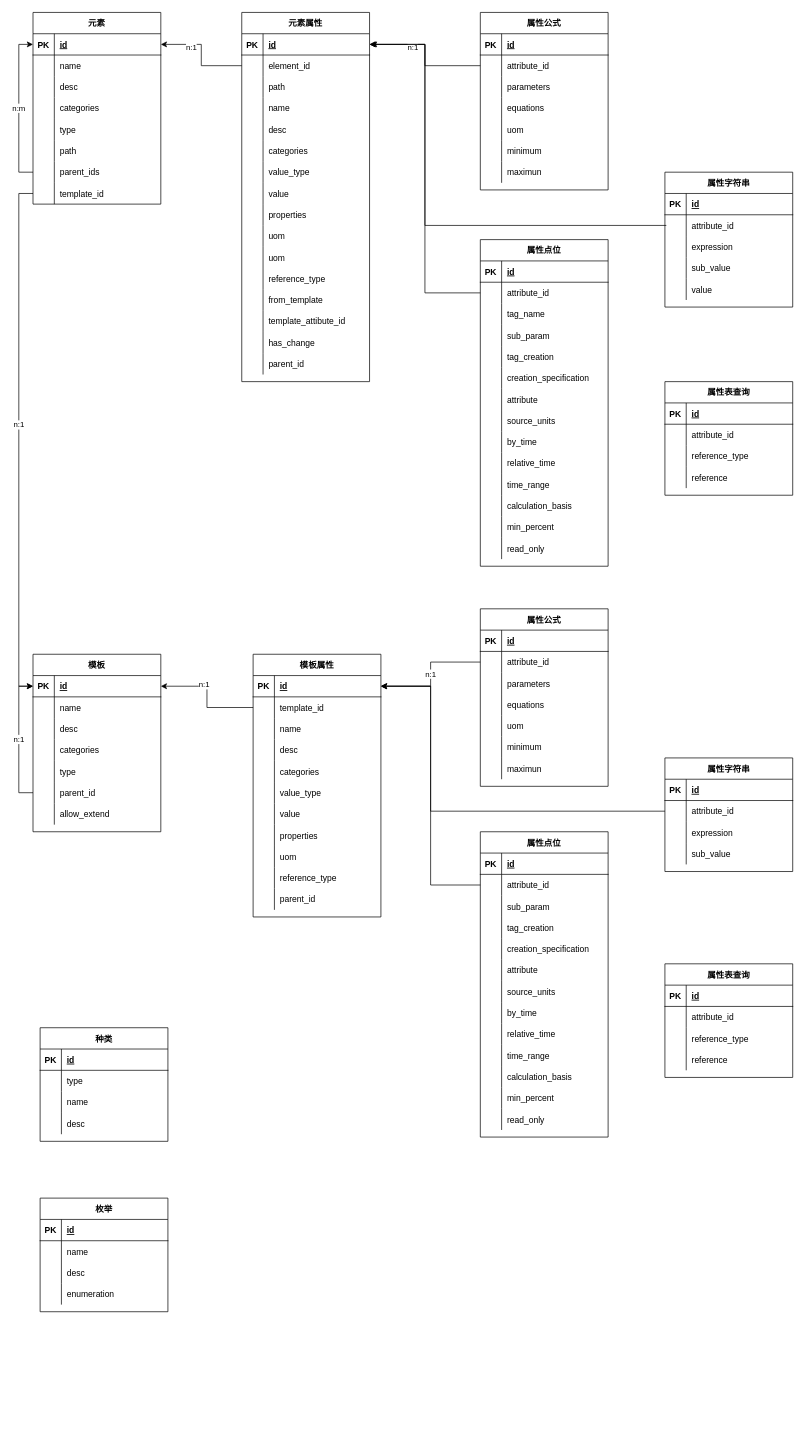
The draw.io diagram 资产框架.drawio in huhailong147/Test, before the edit. Source tidied: cells renumbered, new cells numbered last; positions are measured from the earlier drawing's top-left corner, leaving out a move shared by most shapes. Both pictures are drawn from the tidied source at 71%, with x=0, y=0 at pixel (33, 12).
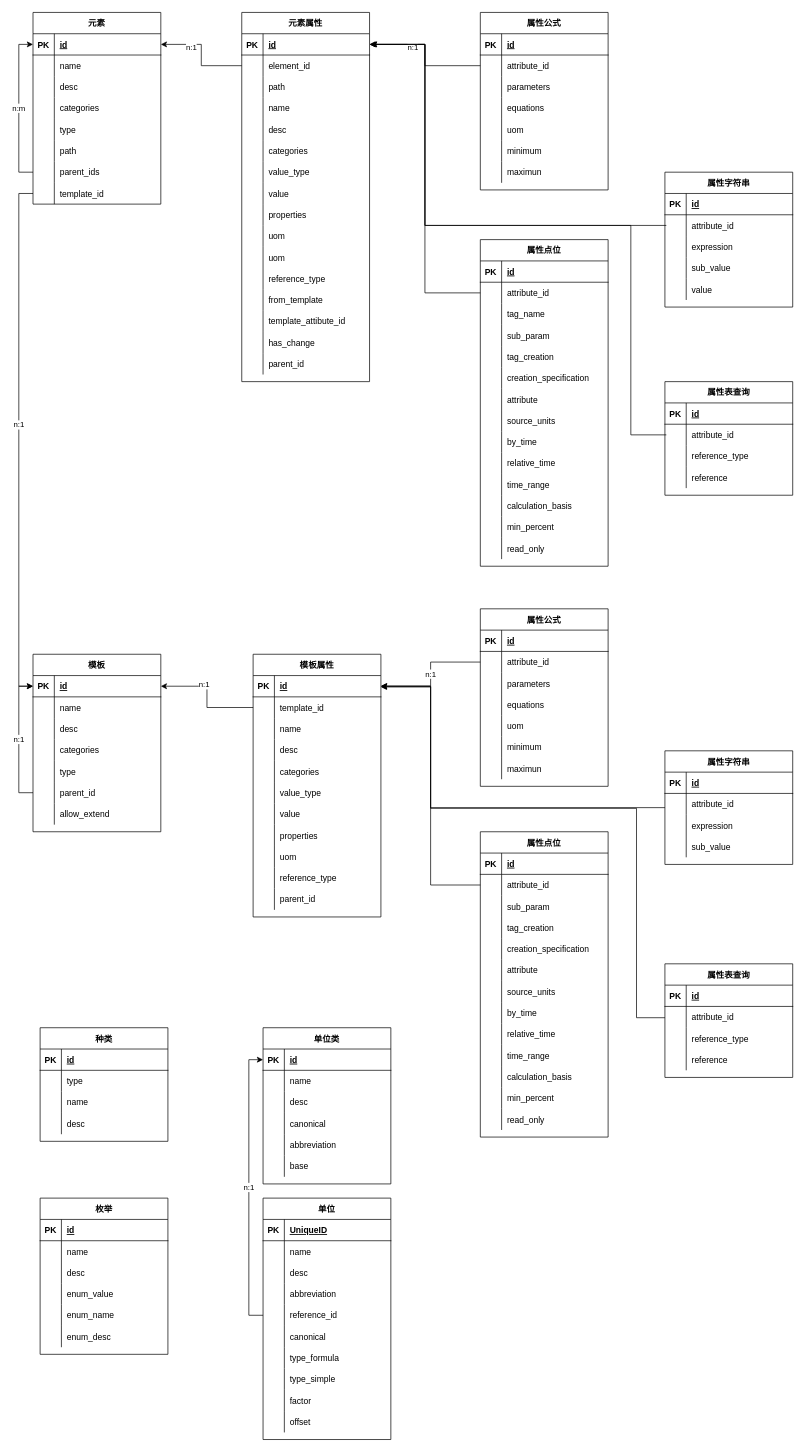
The same diagram, later.

Unchanged cells that the change refers to:
```xml
<mxCell id="194" style="shape=partialRectangle;fillColor=none;top=0;left=0;bottom=1;right=0;points=[[0,0.5],[1,0.5]];portConstraint=eastwest;" parent="193" vertex="1">
  <mxGeometry y="30" width="180" height="30" as="geometry" />
</mxCell>
<mxCell id="352" style="shape=partialRectangle;fillColor=none;top=0;left=0;bottom=0;right=0;" parent="342" vertex="1">
  <mxGeometry y="120" width="180" height="30" as="geometry" />
</mxCell>
```

What changed in the source:
```diff
@@
     <mxCell id="168" style="edgeStyle=orthogonalEdgeStyle;rounded=0;jettySize=auto;html=1;entryX=1;entryY=0.5;entryDx=0;entryDy=0;" parent="1" edge="1" source="231" target="194">
       <mxGeometry relative="1" as="geometry">
         <Array as="points">
-          <mxPoint x="560" y="1125" />
+          <mxPoint x="560" y="1120" />
           <mxPoint x="560" y="949" />
         </Array>
       </mxGeometry>
     </mxCell>
@@
-    <mxCell id="227" value="属性字符串" style="shape=table;startSize=30;childLayout=tableLayout;rowLines=0;fontStyle=1;align=center;" parent="1" vertex="1">
-      <mxGeometry x="890" y="1050" width="180" height="160" as="geometry" />
-    </mxCell>
-    <mxCell id="228" style="shape=partialRectangle;fillColor=none;top=0;left=0;bottom=1;right=0;" parent="227" vertex="1">
-      <mxGeometry y="30" width="180" height="30" as="geometry" />
-    </mxCell>
-    <mxCell id="229" value="PK" style="shape=partialRectangle;fillColor=none;top=0;left=0;bottom=0;right=0;fontStyle=1;overflow=hidden;" parent="228" vertex="1">
-      <mxGeometry width="30" height="30" as="geometry" />
-    </mxCell>
-    <mxCell id="230" value="id" style="shape=partialRectangle;fillColor=none;top=0;left=0;bottom=0;right=0;align=left;spacingLeft=6;fontStyle=5;overflow=hidden;" parent="228" vertex="1">
-      <mxGeometry x="30" width="150" height="30" as="geometry" />
-    </mxCell>
-    <mxCell id="231" style="shape=partialRectangle;fillColor=none;top=0;left=0;bottom=0;right=0;points=[[0,0.5],[1,0.5]];portConstraint=eastwest;" parent="227" vertex="1">
-      <mxGeometry y="60" width="180" height="30" as="geometry" />
-    </mxCell>
-    <mxCell id="232" style="shape=partialRectangle;fillColor=none;top=0;left=0;bottom=0;right=0;overflow=hidden;" parent="231" vertex="1">
-      <mxGeometry width="30" height="30" as="geometry" />
-    </mxCell>
-    <mxCell id="233" value="attribute_id" style="shape=partialRectangle;fillColor=none;top=0;left=0;bottom=0;right=0;align=left;spacingLeft=6;overflow=hidden;" parent="231" vertex="1">
-      <mxGeometry x="30" width="150" height="30" as="geometry" />
-    </mxCell>
-    <mxCell id="234" style="shape=partialRectangle;fillColor=none;top=0;left=0;bottom=0;right=0;" parent="227" vertex="1">
-      <mxGeometry y="90" width="180" height="30" as="geometry" />
-    </mxCell>
-    <mxCell id="235" style="shape=partialRectangle;fillColor=none;top=0;left=0;bottom=0;right=0;overflow=hidden;" parent="234" vertex="1">
-      <mxGeometry width="30" height="30" as="geometry" />
-    </mxCell>
-    <mxCell id="236" value="expression" style="shape=partialRectangle;fillColor=none;top=0;left=0;bottom=0;right=0;align=left;spacingLeft=6;overflow=hidden;" parent="234" vertex="1">
-      <mxGeometry x="30" width="150" height="30" as="geometry" />
-    </mxCell>
-    <mxCell id="237" style="shape=partialRectangle;fillColor=none;top=0;left=0;bottom=0;right=0;" parent="227" vertex="1">
-      <mxGeometry y="120" width="180" height="30" as="geometry" />
-    </mxCell>
-    <mxCell id="238" style="shape=partialRectangle;fillColor=none;top=0;left=0;bottom=0;right=0;overflow=hidden;" parent="237" vertex="1">
-      <mxGeometry width="30" height="30" as="geometry" />
-    </mxCell>
-    <mxCell id="239" value="sub_value" style="shape=partialRectangle;fillColor=none;top=0;left=0;bottom=0;right=0;align=left;spacingLeft=6;overflow=hidden;" parent="237" vertex="1">
-      <mxGeometry x="30" width="150" height="30" as="geometry" />
-    </mxCell>
@@
     <mxCell id="342" value="枚举" style="shape=table;startSize=30;childLayout=tableLayout;rowLines=0;fontStyle=1;align=center;" parent="1" vertex="1">
-      <mxGeometry x="10" y="1670" width="180" height="160" as="geometry" />
+      <mxGeometry x="10" y="1670" width="180" height="220" as="geometry" />
     </mxCell>
@@
-    <mxCell id="354" value="enumeration" style="shape=partialRectangle;fillColor=none;top=0;left=0;bottom=0;right=0;align=left;spacingLeft=6;overflow=hidden;" parent="352" vertex="1">
+    <mxCell id="354" value="enum_value" style="shape=partialRectangle;fillColor=none;top=0;left=0;bottom=0;right=0;align=left;spacingLeft=6;overflow=hidden;" parent="352" vertex="1">
       <mxGeometry x="30" width="150" height="30" as="geometry" />
     </mxCell>
+    <mxCell id="355" style="shape=partialRectangle;fillColor=none;top=0;left=0;bottom=0;right=0;" parent="342" vertex="1">
+      <mxGeometry y="150" width="180" height="30" as="geometry" />
+    </mxCell>
+    <mxCell id="356" style="shape=partialRectangle;fillColor=none;top=0;left=0;bottom=0;right=0;overflow=hidden;" parent="355" vertex="1">
+      <mxGeometry width="30" height="30" as="geometry" />
+    </mxCell>
+    <mxCell id="357" value="enum_name" style="shape=partialRectangle;fillColor=none;top=0;left=0;bottom=0;right=0;align=left;spacingLeft=6;overflow=hidden;" parent="355" vertex="1">
+      <mxGeometry x="30" width="150" height="30" as="geometry" />
+    </mxCell>
+    <mxCell id="358" style="shape=partialRectangle;fillColor=none;top=0;left=0;bottom=0;right=0;" parent="342" vertex="1">
+      <mxGeometry y="180" width="180" height="30" as="geometry" />
+    </mxCell>
+    <mxCell id="359" style="shape=partialRectangle;fillColor=none;top=0;left=0;bottom=0;right=0;overflow=hidden;" parent="358" vertex="1">
+      <mxGeometry width="30" height="30" as="geometry" />
+    </mxCell>
+    <mxCell id="360" value="enum_desc" style="shape=partialRectangle;fillColor=none;top=0;left=0;bottom=0;right=0;align=left;spacingLeft=6;overflow=hidden;" parent="358" vertex="1">
+      <mxGeometry x="30" width="150" height="30" as="geometry" />
+    </mxCell>
+    <mxCell id="361" value="单位类" style="shape=table;startSize=30;childLayout=tableLayout;rowLines=0;fontStyle=1;align=center;" parent="1" vertex="1">
+      <mxGeometry x="324" y="1430" width="180" height="220" as="geometry" />
+    </mxCell>
+    <mxCell id="362" style="shape=partialRectangle;fillColor=none;top=0;left=0;bottom=1;right=0;points=[[0,0.5],[1,0.5]];portConstraint=eastwest;" parent="361" vertex="1">
+      <mxGeometry y="30" width="180" height="30" as="geometry" />
+    </mxCell>
+    <mxCell id="363" value="PK" style="shape=partialRectangle;fillColor=none;top=0;left=0;bottom=0;right=0;fontStyle=1;overflow=hidden;" parent="362" vertex="1">
+      <mxGeometry width="30" height="30" as="geometry" />
+    </mxCell>
+    <mxCell id="364" value="id" style="shape=partialRectangle;fillColor=none;top=0;left=0;bottom=0;right=0;align=left;spacingLeft=6;fontStyle=5;overflow=hidden;" parent="362" vertex="1">
+      <mxGeometry x="30" width="150" height="30" as="geometry" />
+    </mxCell>
+    <mxCell id="365" style="shape=partialRectangle;fillColor=none;top=0;left=0;bottom=0;right=0;" parent="361" vertex="1">
+      <mxGeometry y="60" width="180" height="30" as="geometry" />
+    </mxCell>
+    <mxCell id="366" style="shape=partialRectangle;fillColor=none;top=0;left=0;bottom=0;right=0;overflow=hidden;" parent="365" vertex="1">
+      <mxGeometry width="30" height="30" as="geometry" />
+    </mxCell>
+    <mxCell id="367" value="name" style="shape=partialRectangle;fillColor=none;top=0;left=0;bottom=0;right=0;align=left;spacingLeft=6;overflow=hidden;" parent="365" vertex="1">
+      <mxGeometry x="30" width="150" height="30" as="geometry" />
+    </mxCell>
+    <mxCell id="368" style="shape=partialRectangle;fillColor=none;top=0;left=0;bottom=0;right=0;" parent="361" vertex="1">
+      <mxGeometry y="90" width="180" height="30" as="geometry" />
+    </mxCell>
+    <mxCell id="369" style="shape=partialRectangle;fillColor=none;top=0;left=0;bottom=0;right=0;overflow=hidden;" parent="368" vertex="1">
+      <mxGeometry width="30" height="30" as="geometry" />
+    </mxCell>
+    <mxCell id="370" value="desc" style="shape=partialRectangle;fillColor=none;top=0;left=0;bottom=0;right=0;align=left;spacingLeft=6;overflow=hidden;" parent="368" vertex="1">
+      <mxGeometry x="30" width="150" height="30" as="geometry" />
+    </mxCell>
+    <mxCell id="371" style="shape=partialRectangle;fillColor=none;top=0;left=0;bottom=0;right=0;" parent="361" vertex="1">
+      <mxGeometry y="120" width="180" height="30" as="geometry" />
+    </mxCell>
+    <mxCell id="372" style="shape=partialRectangle;fillColor=none;top=0;left=0;bottom=0;right=0;overflow=hidden;" parent="371" vertex="1">
+      <mxGeometry width="30" height="30" as="geometry" />
+    </mxCell>
+    <mxCell id="373" value="canonical" style="shape=partialRectangle;fillColor=none;top=0;left=0;bottom=0;right=0;align=left;spacingLeft=6;overflow=hidden;" parent="371" vertex="1">
+      <mxGeometry x="30" width="150" height="30" as="geometry" />
+    </mxCell>
+    <mxCell id="374" style="shape=partialRectangle;fillColor=none;top=0;left=0;bottom=0;right=0;" parent="361" vertex="1">
+      <mxGeometry y="150" width="180" height="30" as="geometry" />
+    </mxCell>
+    <mxCell id="375" style="shape=partialRectangle;fillColor=none;top=0;left=0;bottom=0;right=0;overflow=hidden;" parent="374" vertex="1">
+      <mxGeometry width="30" height="30" as="geometry" />
+    </mxCell>
+    <mxCell id="376" value="abbreviation" style="shape=partialRectangle;fillColor=none;top=0;left=0;bottom=0;right=0;align=left;spacingLeft=6;overflow=hidden;" parent="374" vertex="1">
+      <mxGeometry x="30" width="150" height="30" as="geometry" />
+    </mxCell>
+    <mxCell id="377" style="shape=partialRectangle;fillColor=none;top=0;left=0;bottom=0;right=0;" parent="361" vertex="1">
+      <mxGeometry y="180" width="180" height="30" as="geometry" />
+    </mxCell>
+    <mxCell id="378" style="shape=partialRectangle;fillColor=none;top=0;left=0;bottom=0;right=0;overflow=hidden;" parent="377" vertex="1">
+      <mxGeometry width="30" height="30" as="geometry" />
+    </mxCell>
+    <mxCell id="379" value="base" style="shape=partialRectangle;fillColor=none;top=0;left=0;bottom=0;right=0;align=left;spacingLeft=6;overflow=hidden;" parent="377" vertex="1">
+      <mxGeometry x="30" width="150" height="30" as="geometry" />
+    </mxCell>
+    <mxCell id="380" style="edgeStyle=orthogonalEdgeStyle;rounded=0;orthogonalLoop=1;jettySize=auto;html=1;" parent="1" edge="1">
+      <mxGeometry relative="1" as="geometry">
+        <mxPoint x="890" y="1415.9" as="sourcePoint" />
+        <mxPoint x="490" y="950.1" as="targetPoint" />
+        <Array as="points">
+          <mxPoint x="850" y="1416" />
+          <mxPoint x="850" y="1121" />
+          <mxPoint x="560" y="1121" />
+          <mxPoint x="560" y="950" />
+        </Array>
+      </mxGeometry>
+    </mxCell>
+    <mxCell id="227" value="属性字符串" style="shape=table;startSize=30;childLayout=tableLayout;rowLines=0;fontStyle=1;align=center;" parent="1" vertex="1">
+      <mxGeometry x="890" y="1040" width="180" height="160" as="geometry" />
+    </mxCell>
+    <mxCell id="228" style="shape=partialRectangle;fillColor=none;top=0;left=0;bottom=1;right=0;" parent="227" vertex="1">
+      <mxGeometry y="30" width="180" height="30" as="geometry" />
+    </mxCell>
+    <mxCell id="229" value="PK" style="shape=partialRectangle;fillColor=none;top=0;left=0;bottom=0;right=0;fontStyle=1;overflow=hidden;" parent="228" vertex="1">
+      <mxGeometry width="30" height="30" as="geometry" />
+    </mxCell>
+    <mxCell id="230" value="id" style="shape=partialRectangle;fillColor=none;top=0;left=0;bottom=0;right=0;align=left;spacingLeft=6;fontStyle=5;overflow=hidden;" parent="228" vertex="1">
+      <mxGeometry x="30" width="150" height="30" as="geometry" />
+    </mxCell>
+    <mxCell id="231" style="shape=partialRectangle;fillColor=none;top=0;left=0;bottom=0;right=0;points=[[0,0.5],[1,0.5]];portConstraint=eastwest;" parent="227" vertex="1">
+      <mxGeometry y="60" width="180" height="30" as="geometry" />
+    </mxCell>
+    <mxCell id="232" style="shape=partialRectangle;fillColor=none;top=0;left=0;bottom=0;right=0;overflow=hidden;" parent="231" vertex="1">
+      <mxGeometry width="30" height="30" as="geometry" />
+    </mxCell>
+    <mxCell id="233" value="attribute_id" style="shape=partialRectangle;fillColor=none;top=0;left=0;bottom=0;right=0;align=left;spacingLeft=6;overflow=hidden;" parent="231" vertex="1">
+      <mxGeometry x="30" width="150" height="30" as="geometry" />
+    </mxCell>
+    <mxCell id="234" style="shape=partialRectangle;fillColor=none;top=0;left=0;bottom=0;right=0;" parent="227" vertex="1">
+      <mxGeometry y="90" width="180" height="30" as="geometry" />
+    </mxCell>
+    <mxCell id="235" style="shape=partialRectangle;fillColor=none;top=0;left=0;bottom=0;right=0;overflow=hidden;" parent="234" vertex="1">
+      <mxGeometry width="30" height="30" as="geometry" />
+    </mxCell>
+    <mxCell id="236" value="expression" style="shape=partialRectangle;fillColor=none;top=0;left=0;bottom=0;right=0;align=left;spacingLeft=6;overflow=hidden;" parent="234" vertex="1">
+      <mxGeometry x="30" width="150" height="30" as="geometry" />
+    </mxCell>
+    <mxCell id="237" style="shape=partialRectangle;fillColor=none;top=0;left=0;bottom=0;right=0;" parent="227" vertex="1">
+      <mxGeometry y="120" width="180" height="30" as="geometry" />
+    </mxCell>
+    <mxCell id="238" style="shape=partialRectangle;fillColor=none;top=0;left=0;bottom=0;right=0;overflow=hidden;" parent="237" vertex="1">
+      <mxGeometry width="30" height="30" as="geometry" />
+    </mxCell>
+    <mxCell id="239" value="sub_value" style="shape=partialRectangle;fillColor=none;top=0;left=0;bottom=0;right=0;align=left;spacingLeft=6;overflow=hidden;" parent="237" vertex="1">
+      <mxGeometry x="30" width="150" height="30" as="geometry" />
+    </mxCell>
+    <mxCell id="381" style="edgeStyle=orthogonalEdgeStyle;rounded=0;orthogonalLoop=1;jettySize=auto;html=1;" parent="1" edge="1">
+      <mxGeometry relative="1" as="geometry">
+        <mxPoint x="892" y="595" as="sourcePoint" />
+        <mxPoint x="476" y="45" as="targetPoint" />
+        <Array as="points">
+          <mxPoint x="842" y="595" />
+          <mxPoint x="842" y="300" />
+          <mxPoint x="552" y="300" />
+          <mxPoint x="552" y="45" />
+        </Array>
+      </mxGeometry>
+    </mxCell>
+    <mxCell id="382" value="单位" style="shape=table;startSize=30;childLayout=tableLayout;rowLines=0;fontStyle=1;align=center;" parent="1" vertex="1">
+      <mxGeometry x="324" y="1670" width="180" height="340" as="geometry" />
+    </mxCell>
+    <mxCell id="383" style="shape=partialRectangle;fillColor=none;top=0;left=0;bottom=1;right=0;" parent="382" vertex="1">
+      <mxGeometry y="30" width="180" height="30" as="geometry" />
+    </mxCell>
+    <mxCell id="384" value="PK" style="shape=partialRectangle;fillColor=none;top=0;left=0;bottom=0;right=0;fontStyle=1;overflow=hidden;" parent="383" vertex="1">
+      <mxGeometry width="30" height="30" as="geometry" />
+    </mxCell>
+    <mxCell id="385" value="UniqueID" style="shape=partialRectangle;fillColor=none;top=0;left=0;bottom=0;right=0;align=left;spacingLeft=6;fontStyle=5;overflow=hidden;" parent="383" vertex="1">
+      <mxGeometry x="30" width="150" height="30" as="geometry" />
+    </mxCell>
+    <mxCell id="386" style="shape=partialRectangle;fillColor=none;top=0;left=0;bottom=0;right=0;" parent="382" vertex="1">
+      <mxGeometry y="60" width="180" height="30" as="geometry" />
+    </mxCell>
+    <mxCell id="387" style="shape=partialRectangle;fillColor=none;top=0;left=0;bottom=0;right=0;overflow=hidden;" parent="386" vertex="1">
+      <mxGeometry width="30" height="30" as="geometry" />
+    </mxCell>
+    <mxCell id="388" value="name" style="shape=partialRectangle;fillColor=none;top=0;left=0;bottom=0;right=0;align=left;spacingLeft=6;overflow=hidden;" parent="386" vertex="1">
+      <mxGeometry x="30" width="150" height="30" as="geometry" />
+    </mxCell>
+    <mxCell id="389" style="shape=partialRectangle;fillColor=none;top=0;left=0;bottom=0;right=0;" parent="382" vertex="1">
+      <mxGeometry y="90" width="180" height="30" as="geometry" />
+    </mxCell>
+    <mxCell id="390" style="shape=partialRectangle;fillColor=none;top=0;left=0;bottom=0;right=0;overflow=hidden;" parent="389" vertex="1">
+      <mxGeometry width="30" height="30" as="geometry" />
+    </mxCell>
+    <mxCell id="391" value="desc" style="shape=partialRectangle;fillColor=none;top=0;left=0;bottom=0;right=0;align=left;spacingLeft=6;overflow=hidden;" parent="389" vertex="1">
+      <mxGeometry x="30" width="150" height="30" as="geometry" />
+    </mxCell>
+    <mxCell id="392" style="shape=partialRectangle;fillColor=none;top=0;left=0;bottom=0;right=0;" parent="382" vertex="1">
+      <mxGeometry y="120" width="180" height="30" as="geometry" />
+    </mxCell>
+    <mxCell id="393" style="shape=partialRectangle;fillColor=none;top=0;left=0;bottom=0;right=0;overflow=hidden;" parent="392" vertex="1">
+      <mxGeometry width="30" height="30" as="geometry" />
+    </mxCell>
+    <mxCell id="394" value="abbreviation" style="shape=partialRectangle;fillColor=none;top=0;left=0;bottom=0;right=0;align=left;spacingLeft=6;overflow=hidden;" parent="392" vertex="1">
+      <mxGeometry x="30" width="150" height="30" as="geometry" />
+    </mxCell>
+    <mxCell id="395" style="shape=partialRectangle;fillColor=none;top=0;left=0;bottom=0;right=0;points=[[0,0.5],[1,0.5]];portConstraint=eastwest;" parent="382" vertex="1">
+      <mxGeometry y="150" width="180" height="30" as="geometry" />
+    </mxCell>
+    <mxCell id="396" style="shape=partialRectangle;fillColor=none;top=0;left=0;bottom=0;right=0;overflow=hidden;" parent="395" vertex="1">
+      <mxGeometry width="30" height="30" as="geometry" />
+    </mxCell>
+    <mxCell id="397" value="reference_id" style="shape=partialRectangle;fillColor=none;top=0;left=0;bottom=0;right=0;align=left;spacingLeft=6;overflow=hidden;" parent="395" vertex="1">
+      <mxGeometry x="30" width="150" height="30" as="geometry" />
+    </mxCell>
+    <mxCell id="398" style="shape=partialRectangle;fillColor=none;top=0;left=0;bottom=0;right=0;" parent="382" vertex="1">
+      <mxGeometry y="180" width="180" height="30" as="geometry" />
+    </mxCell>
+    <mxCell id="399" style="shape=partialRectangle;fillColor=none;top=0;left=0;bottom=0;right=0;overflow=hidden;" parent="398" vertex="1">
+      <mxGeometry width="30" height="30" as="geometry" />
+    </mxCell>
+    <mxCell id="400" value="canonical" style="shape=partialRectangle;fillColor=none;top=0;left=0;bottom=0;right=0;align=left;spacingLeft=6;overflow=hidden;" parent="398" vertex="1">
+      <mxGeometry x="30" width="150" height="30" as="geometry" />
+    </mxCell>
+    <mxCell id="401" style="shape=partialRectangle;fillColor=none;top=0;left=0;bottom=0;right=0;" parent="382" vertex="1">
+      <mxGeometry y="210" width="180" height="30" as="geometry" />
+    </mxCell>
+    <mxCell id="402" style="shape=partialRectangle;fillColor=none;top=0;left=0;bottom=0;right=0;overflow=hidden;" parent="401" vertex="1">
+      <mxGeometry width="30" height="30" as="geometry" />
+    </mxCell>
+    <mxCell id="403" value="type_formula" style="shape=partialRectangle;fillColor=none;top=0;left=0;bottom=0;right=0;align=left;spacingLeft=6;overflow=hidden;" parent="401" vertex="1">
+      <mxGeometry x="30" width="150" height="30" as="geometry" />
+    </mxCell>
+    <mxCell id="404" style="shape=partialRectangle;fillColor=none;top=0;left=0;bottom=0;right=0;" parent="382" vertex="1">
+      <mxGeometry y="240" width="180" height="30" as="geometry" />
+    </mxCell>
+    <mxCell id="405" style="shape=partialRectangle;fillColor=none;top=0;left=0;bottom=0;right=0;overflow=hidden;" parent="404" vertex="1">
+      <mxGeometry width="30" height="30" as="geometry" />
+    </mxCell>
+    <mxCell id="406" value="type_simple" style="shape=partialRectangle;fillColor=none;top=0;left=0;bottom=0;right=0;align=left;spacingLeft=6;overflow=hidden;" parent="404" vertex="1">
+      <mxGeometry x="30" width="150" height="30" as="geometry" />
+    </mxCell>
+    <mxCell id="407" style="shape=partialRectangle;fillColor=none;top=0;left=0;bottom=0;right=0;" parent="382" vertex="1">
+      <mxGeometry y="270" width="180" height="30" as="geometry" />
+    </mxCell>
+    <mxCell id="408" style="shape=partialRectangle;fillColor=none;top=0;left=0;bottom=0;right=0;overflow=hidden;" parent="407" vertex="1">
+      <mxGeometry width="30" height="30" as="geometry" />
+    </mxCell>
+    <mxCell id="409" value="factor" style="shape=partialRectangle;fillColor=none;top=0;left=0;bottom=0;right=0;align=left;spacingLeft=6;overflow=hidden;" parent="407" vertex="1">
+      <mxGeometry x="30" width="150" height="30" as="geometry" />
+    </mxCell>
+    <mxCell id="410" style="shape=partialRectangle;fillColor=none;top=0;left=0;bottom=0;right=0;" parent="382" vertex="1">
+      <mxGeometry y="300" width="180" height="30" as="geometry" />
+    </mxCell>
+    <mxCell id="411" style="shape=partialRectangle;fillColor=none;top=0;left=0;bottom=0;right=0;overflow=hidden;" parent="410" vertex="1">
+      <mxGeometry width="30" height="30" as="geometry" />
+    </mxCell>
+    <mxCell id="412" value="offset" style="shape=partialRectangle;fillColor=none;top=0;left=0;bottom=0;right=0;align=left;spacingLeft=6;overflow=hidden;" parent="410" vertex="1">
+      <mxGeometry x="30" width="150" height="30" as="geometry" />
+    </mxCell>
+    <mxCell id="413" value="n:1" style="edgeStyle=orthogonalEdgeStyle;rounded=0;jettySize=auto;html=1;entryX=0;entryY=0.5;entryDx=0;entryDy=0;" parent="1" edge="1" source="395" target="362">
+      <mxGeometry relative="1" as="geometry" />
+    </mxCell>
```
